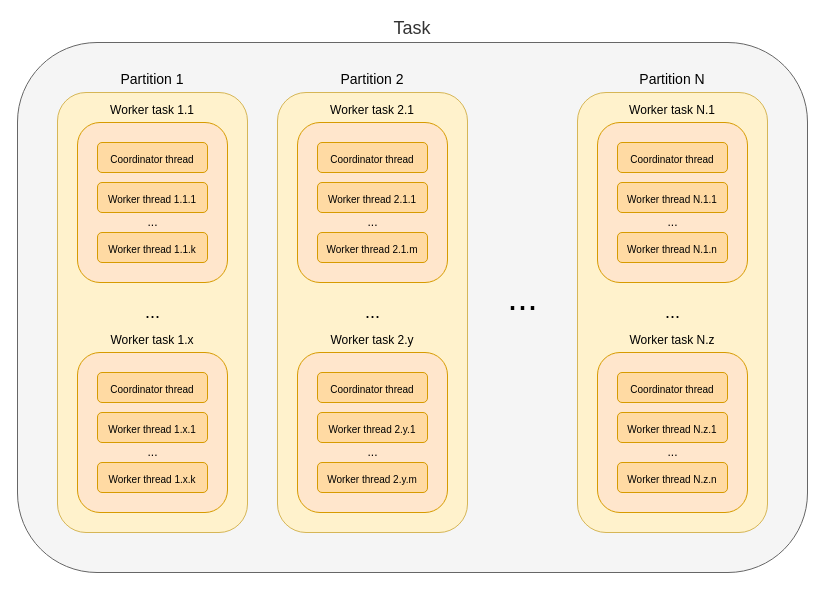
Earlier version of the draw.io diagram midpoint/midscale/design/tasks/task-composition-workers-and-threads.drawio (Evolveum/docs). Source tidied: cells renumbered, new cells numbered last; positions are measured from the earlier drawing's top-left corner, leaving out a move shared by most shapes. Both pictures are drawn from the tidied source at 100%, with x=0, y=0 at pixel (17, 42).
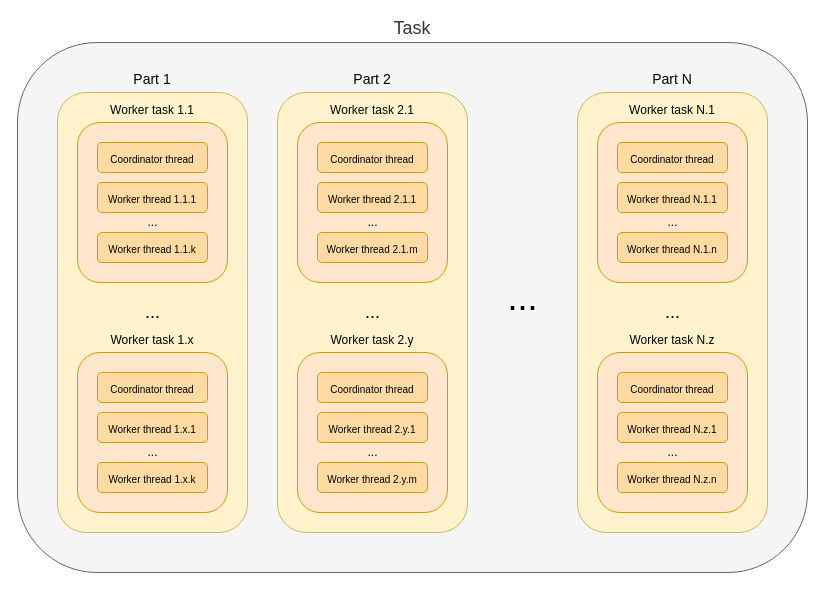
The same diagram, later.

Diff of the diagram source:
```diff
@@
-    <mxCell id="3" value="&lt;font style=&quot;font-size: 14px&quot;&gt;Partition N&lt;/font&gt;" style="rounded=1;whiteSpace=wrap;html=1;fontSize=18;labelPosition=center;verticalLabelPosition=top;align=center;verticalAlign=bottom;fillColor=#fff2cc;strokeColor=#d6b656;" parent="1" vertex="1">
+    <mxCell id="3" value="&lt;font style=&quot;font-size: 14px&quot;&gt;Part N&lt;/font&gt;" style="rounded=1;whiteSpace=wrap;html=1;fontSize=18;labelPosition=center;verticalLabelPosition=top;align=center;verticalAlign=bottom;fillColor=#fff2cc;strokeColor=#d6b656;" parent="1" vertex="1">
       <mxGeometry x="560" y="50" width="190" height="440" as="geometry" />
     </mxCell>
@@
-    <mxCell id="6" value="&lt;font style=&quot;font-size: 14px&quot;&gt;Partition 2&lt;/font&gt;" style="rounded=1;whiteSpace=wrap;html=1;fontSize=18;labelPosition=center;verticalLabelPosition=top;align=center;verticalAlign=bottom;fillColor=#fff2cc;strokeColor=#d6b656;" parent="1" vertex="1">
+    <mxCell id="6" value="&lt;font style=&quot;font-size: 14px&quot;&gt;Part 2&lt;/font&gt;" style="rounded=1;whiteSpace=wrap;html=1;fontSize=18;labelPosition=center;verticalLabelPosition=top;align=center;verticalAlign=bottom;fillColor=#fff2cc;strokeColor=#d6b656;" parent="1" vertex="1">
       <mxGeometry x="260" y="50" width="190" height="440" as="geometry" />
     </mxCell>
@@
-    <mxCell id="9" value="&lt;font style=&quot;font-size: 14px&quot;&gt;Partition 1&lt;/font&gt;" style="rounded=1;whiteSpace=wrap;html=1;fontSize=18;labelPosition=center;verticalLabelPosition=top;align=center;verticalAlign=bottom;fillColor=#fff2cc;strokeColor=#d6b656;" parent="1" vertex="1">
+    <mxCell id="9" value="&lt;font style=&quot;font-size: 14px&quot;&gt;Part 1&lt;/font&gt;" style="rounded=1;whiteSpace=wrap;html=1;fontSize=18;labelPosition=center;verticalLabelPosition=top;align=center;verticalAlign=bottom;fillColor=#fff2cc;strokeColor=#d6b656;" parent="1" vertex="1">
       <mxGeometry x="40" y="50" width="190" height="440" as="geometry" />
     </mxCell>
```
